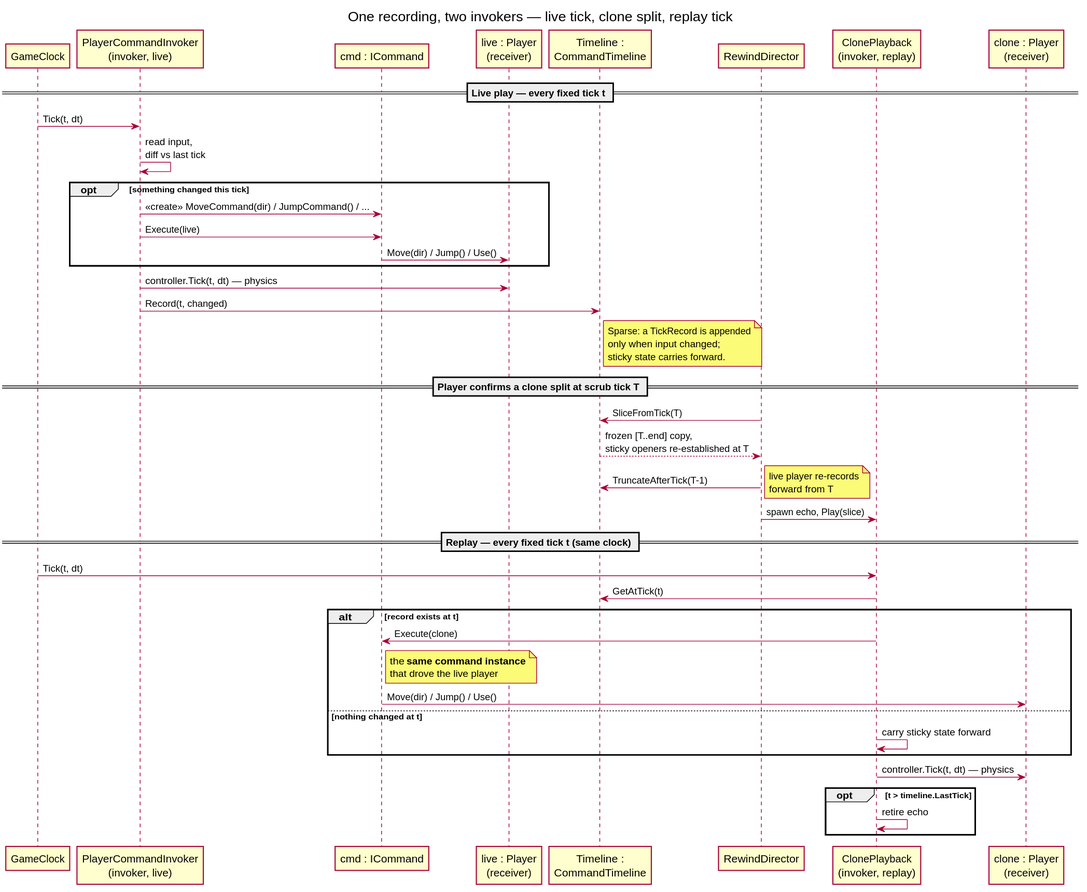
The PlantUML diagram docs/presentation/command-pattern-sequence.svg in Xenogix/PlatformerMCR, before a commit.
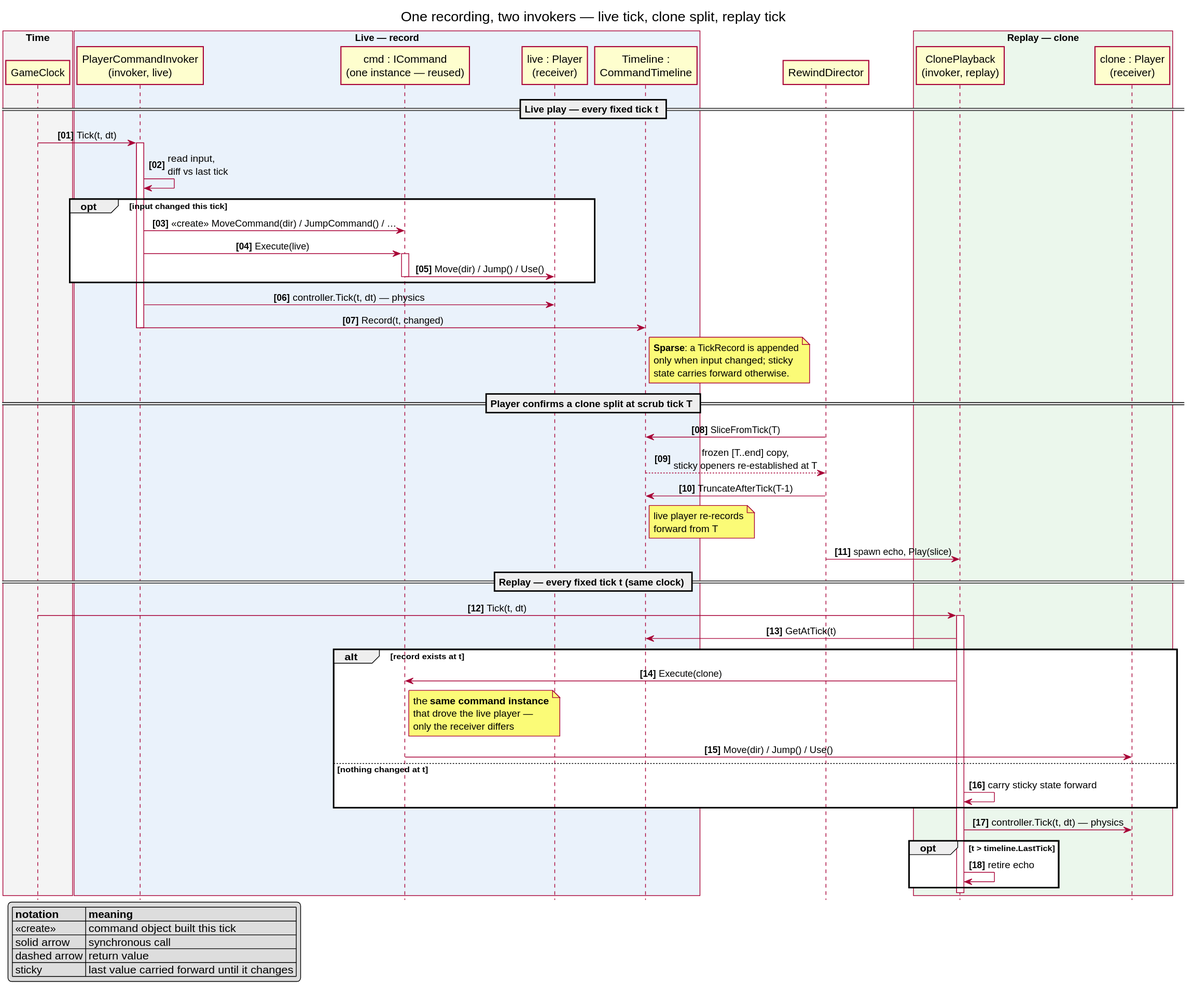
The same diagram one commit later.

Change to the diagram source:
```diff
@@ -3,45 +3,59 @@
 
 skinparam shadowing false
 skinparam defaultFontName sans-serif
+skinparam sequenceMessageAlign center
+hide footbox
+autonumber "<b>[00]"
 
-participant GameClock as clock
-participant "PlayerCommandInvoker\n(invoker, live)" as invoker
-participant "cmd : ICommand" as cmd
-participant "live : Player\n(receiver)" as live
-participant "Timeline :\nCommandTimeline" as timeline
+box "Time" #F4F4F4
+  participant GameClock as clock
+end box
+box "Live — record" #EAF2FB
+  participant "PlayerCommandInvoker\n(invoker, live)" as invoker
+  participant "cmd : ICommand\n(one instance — reused)" as cmd
+  participant "live : Player\n(receiver)" as live
+  participant "Timeline :\nCommandTimeline" as timeline
+end box
 participant RewindDirector as director
-participant "ClonePlayback\n(invoker, replay)" as playback
-participant "clone : Player\n(receiver)" as clone
+box "Replay — clone" #EBF7EC
+  participant "ClonePlayback\n(invoker, replay)" as playback
+  participant "clone : Player\n(receiver)" as clone
+end box
 
 == Live play — every fixed tick t ==
 clock -> invoker : Tick(t, dt)
+activate invoker
 invoker -> invoker : read input,\ndiff vs last tick
-opt something changed this tick
-    invoker -> cmd : «create» MoveCommand(dir) / JumpCommand() / ...
+opt input changed this tick
+    invoker -> cmd : «create» MoveCommand(dir) / JumpCommand() / …
     invoker -> cmd : Execute(live)
+    activate cmd
     cmd -> live : Move(dir) / Jump() / Use()
+    deactivate cmd
 end
 invoker -> live : controller.Tick(t, dt)  — physics
 invoker -> timeline : Record(t, changed)
 note right of timeline
-    Sparse: a TickRecord is appended
-    only when input changed;
-    sticky state carries forward.
+  **Sparse**: a TickRecord is appended
+  only when input changed; sticky
+  state carries forward otherwise.
 end note
+deactivate invoker
 
 == Player confirms a clone split at scrub tick T ==
 director -> timeline : SliceFromTick(T)
 timeline --> director : frozen [T..end] copy,\nsticky openers re-established at T
 director -> timeline : TruncateAfterTick(T-1)
-note right : live player re-records\nforward from T
+note right of timeline : live player re-records\nforward from T
 director -> playback : spawn echo, Play(slice)
 
 == Replay — every fixed tick t (same clock) ==
 clock -> playback : Tick(t, dt)
+activate playback
 playback -> timeline : GetAtTick(t)
 alt record exists at t
     playback -> cmd : Execute(clone)
-    note right of cmd : the **same command instance**\nthat drove the live player
+    note right of cmd : the **same command instance**\nthat drove the live player —\nonly the receiver differs
     cmd -> clone : Move(dir) / Jump() / Use()
 else nothing changed at t
     playback -> playback : carry sticky state forward
@@ -50,5 +64,14 @@
 opt t > timeline.LastTick
     playback -> playback : retire echo
 end
+deactivate playback
+
+legend left
+  |= notation |= meaning |
+  | «create» | command object built this tick |
+  | solid arrow | synchronous call |
+  | dashed arrow | return value |
+  | sticky | last value carried forward until it changes |
+endlegend
 
 @enduml
```
